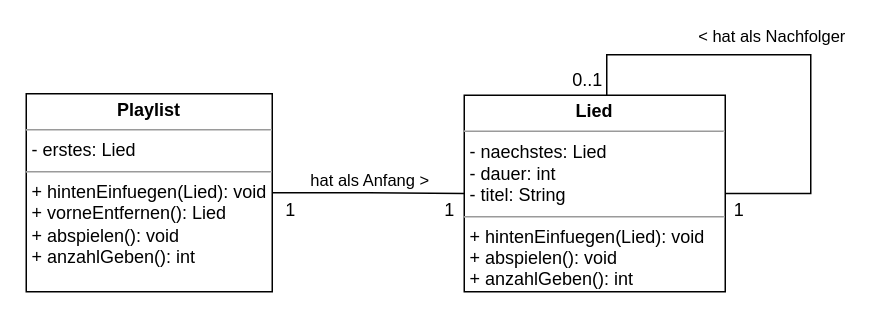
The draw.io diagram page "Page-1" (1 of 2) of 1inf1_S1.drawio in JoernWVSG/diagram, before the edit. Source tidied: cells renumbered, new cells numbered last; positions are measured from the earlier drawing's top-left corner, leaving out a move shared by most shapes. Both pictures are drawn from the tidied source at 150%, with x=0, y=0 at pixel (26, 54).
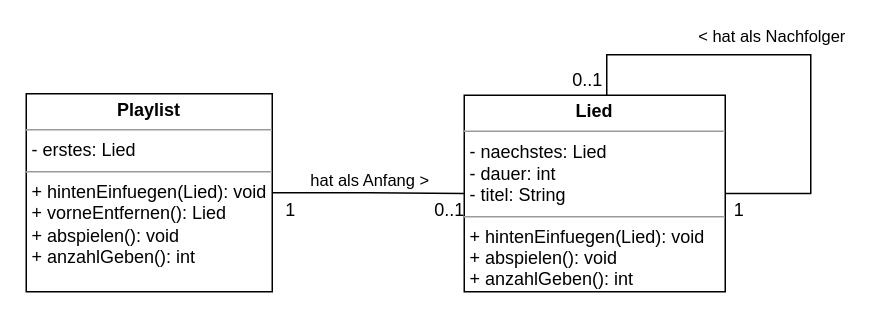
The same page after the edit.

The edit, as a diff of the source:
```diff
@@
 <mxGraphModel>
   <root>
     <mxCell id="0" />
     <mxCell id="1" parent="0" />
     <mxCell id="2" style="edgeStyle=orthogonalEdgeStyle;rounded=0;orthogonalLoop=1;jettySize=auto;html=1;exitX=1;exitY=0.5;exitDx=0;exitDy=0;entryX=0.546;entryY=0;entryDx=0;entryDy=0;entryPerimeter=0;endArrow=none;endFill=0;" parent="1" edge="1" source="4" target="4">
       <mxGeometry relative="1" as="geometry">
         <Array as="points">
           <mxPoint x="523" y="93" />
           <mxPoint x="523" />
           <mxPoint x="387" />
         </Array>
       </mxGeometry>
     </mxCell>
     <mxCell id="3" value="&amp;lt; hat als Nachfolger" style="edgeLabel;html=1;align=center;verticalAlign=middle;" parent="2" vertex="1">
       <mxGeometry x="0.13" y="2" relative="1" as="geometry">
         <mxPoint x="1" y="-15" as="offset" />
       </mxGeometry>
     </mxCell>
     <mxCell id="4" value="&lt;p style=&quot;margin: 0px ; margin-top: 4px ; text-align: center&quot;&gt;&lt;b&gt;Lied&lt;/b&gt;&lt;/p&gt;&lt;hr size=&quot;1&quot;&gt;&lt;p style=&quot;margin: 0px ; margin-left: 4px&quot;&gt;- naechstes: Lied&lt;/p&gt;&lt;p style=&quot;margin: 0px ; margin-left: 4px&quot;&gt;- dauer: int&lt;/p&gt;&lt;p style=&quot;margin: 0px ; margin-left: 4px&quot;&gt;- titel: String&lt;/p&gt;&lt;hr size=&quot;1&quot;&gt;&lt;p style=&quot;margin: 0px 0px 0px 4px&quot;&gt;+ hintenEinfuegen(Lied): void&lt;/p&gt;&lt;p style=&quot;margin: 0px 0px 0px 4px&quot;&gt;+ abspielen(): void&lt;/p&gt;&lt;p style=&quot;margin: 0px 0px 0px 4px&quot;&gt;+ anzahlGeben(): int&lt;br&gt;&lt;/p&gt;" style="verticalAlign=top;align=left;overflow=fill;fontSize=12;fontFamily=Helvetica;html=1;" parent="1" vertex="1">
       <mxGeometry x="292" y="27" width="174" height="131" as="geometry" />
     </mxCell>
     <mxCell id="5" style="edgeStyle=orthogonalEdgeStyle;rounded=0;jettySize=auto;html=1;endArrow=none;endFill=0;" parent="1" edge="1" source="7" target="4">
       <mxGeometry relative="1" as="geometry" />
     </mxCell>
     <mxCell id="6" value="hat als Anfang &amp;gt;" style="edgeLabel;html=1;align=center;verticalAlign=middle;" parent="5" vertex="1">
       <mxGeometry x="-0.25" relative="1" as="geometry">
         <mxPoint x="16" y="-9" as="offset" />
       </mxGeometry>
     </mxCell>
     <mxCell id="7" value="&lt;p style=&quot;margin: 0px ; margin-top: 4px ; text-align: center&quot;&gt;&lt;b&gt;Playlist&lt;/b&gt;&lt;/p&gt;&lt;hr size=&quot;1&quot;&gt;&lt;p style=&quot;margin: 0px ; margin-left: 4px&quot;&gt;- erstes: Lied&lt;/p&gt;&lt;hr size=&quot;1&quot;&gt;&lt;p style=&quot;margin: 0px 0px 0px 4px&quot;&gt;+ hintenEinfuegen(Lied): void&lt;/p&gt;&lt;p style=&quot;margin: 0px 0px 0px 4px&quot;&gt;+ vorneEntfernen(): Lied&lt;/p&gt;&lt;p style=&quot;margin: 0px 0px 0px 4px&quot;&gt;+ abspielen(): void&lt;/p&gt;&lt;p style=&quot;margin: 0px 0px 0px 4px&quot;&gt;+ anzahlGeben(): int&lt;/p&gt;&lt;p style=&quot;margin: 0px 0px 0px 4px&quot;&gt;&lt;br&gt;&lt;/p&gt;" style="verticalAlign=top;align=left;overflow=fill;fontSize=12;fontFamily=Helvetica;html=1;" parent="1" vertex="1">
       <mxGeometry y="26" width="164" height="132" as="geometry" />
     </mxCell>
     <mxCell id="8" value="1" style="text;html=1;align=center;verticalAlign=middle;strokeColor=none;fillColor=none;" parent="1" vertex="1">
       <mxGeometry x="167" y="95" width="17" height="18" as="geometry" />
     </mxCell>
-    <mxCell id="9" value="1" style="text;html=1;align=center;verticalAlign=middle;strokeColor=none;fillColor=none;" parent="1" vertex="1">
-      <mxGeometry x="273" y="95" width="17" height="18" as="geometry" />
+    <mxCell id="9" value="0..1" style="text;html=1;align=center;verticalAlign=middle;strokeColor=none;fillColor=none;" parent="1" vertex="1">
+      <mxGeometry x="267" y="95" width="30" height="18" as="geometry" />
     </mxCell>
     <mxCell id="10" value="0..1" style="text;html=1;align=center;verticalAlign=middle;strokeColor=none;fillColor=none;" parent="1" vertex="1">
       <mxGeometry x="359" y="8" width="30" height="18" as="geometry" />
     </mxCell>
     <mxCell id="11" value="1" style="text;html=1;align=center;verticalAlign=middle;strokeColor=none;fillColor=none;" parent="1" vertex="1">
       <mxGeometry x="466" y="95" width="17" height="18" as="geometry" />
     </mxCell>
   </root>
 </mxGraphModel>
```
